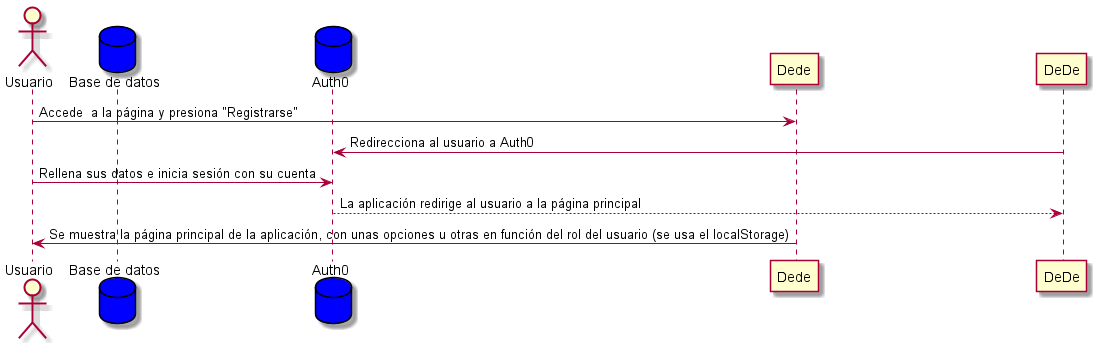
Earlier version of the PlantUML export images/InicioSesion.png (Arquisoft/dede_es2a).
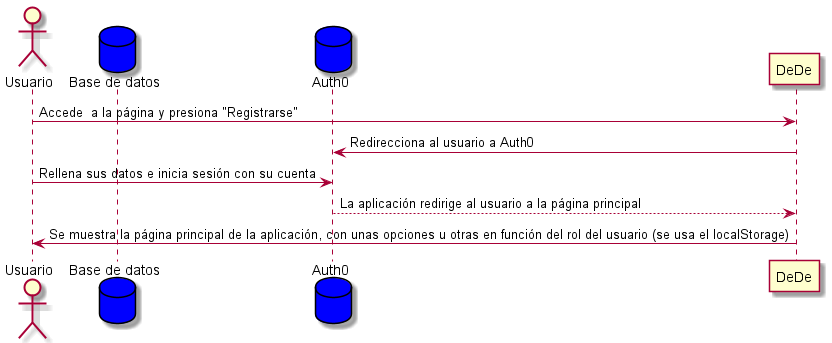
Later version of the same file.

Diff of the diagram source:
```diff
@@ -2,9 +2,9 @@
 actor Usuario
 database BaseDeDatos as "Base de datos" #blue
 database Auth0 as "Auth0" #blue
-Usuario -> Dede: Accede  a la página y presiona "Registrarse"
+Usuario -> DeDe: Accede  a la página y presiona "Registrarse"
 DeDe -> Auth0: Redirecciona al usuario a Auth0
 Usuario -> Auth0: Rellena sus datos e inicia sesión con su cuenta
 DeDe <-- Auth0: La aplicación redirige al usuario a la página principal
-Usuario <- Dede: Se muestra la página principal de la aplicación, con unas opciones u otras en función del rol del usuario (se usa el localStorage)
+Usuario <- DeDe: Se muestra la página principal de la aplicación, con unas opciones u otras en función del rol del usuario (se usa el localStorage)
 @enduml
```
